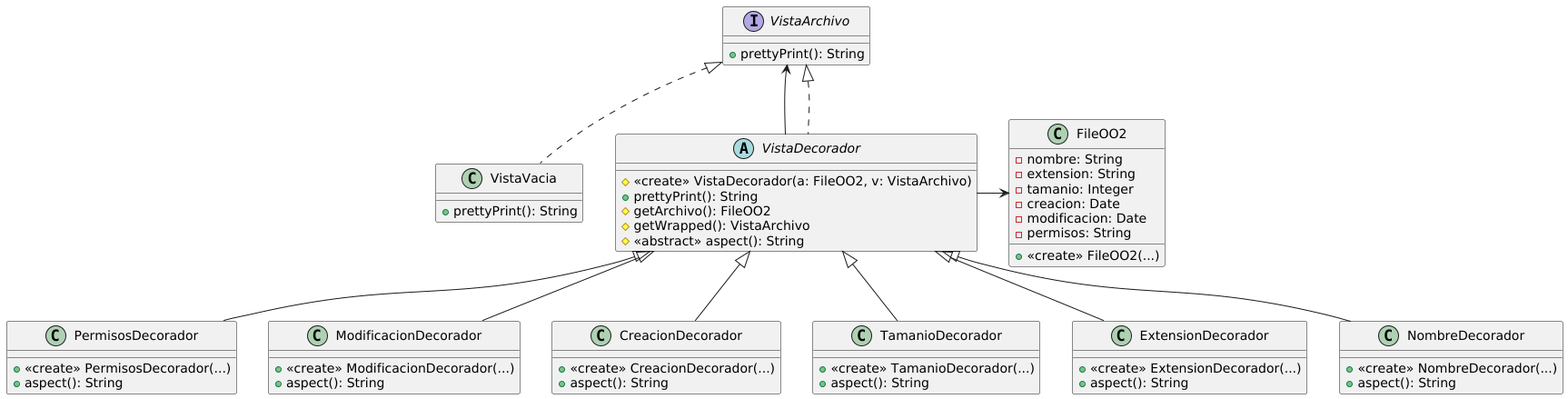
The PlantUML diagram Practicas/Patrones/Ejercicio-19_FileManager/UML.png in alvaroauth/OO2, before a commit. Its diagram source:
```plantuml
@startuml
top to bottom direction

interface VistaArchivo {
    +prettyPrint(): String
}

together {
    class VistaVacia implements VistaArchivo {
        +prettyPrint(): String
    }
    abstract class VistaDecorador implements VistaArchivo {
        #<<create>> VistaDecorador(a: FileOO2, v: VistaArchivo)
        +prettyPrint(): String
        #getArchivo(): FileOO2
        #getWrapped(): VistaArchivo
        #<<abstract>> aspect(): String
    }
}

together {
    class NombreDecorador extends VistaDecorador {
        +<<create>> NombreDecorador(...)
        +aspect(): String
    }
    class ExtensionDecorador extends VistaDecorador {
        +<<create>> ExtensionDecorador(...)
        +aspect(): String
    }
    class TamanioDecorador extends VistaDecorador {
        +<<create>> TamanioDecorador(...)
        +aspect(): String
    }
    class CreacionDecorador extends VistaDecorador {
        +<<create>> CreacionDecorador(...)
        +aspect(): String
    }
    class ModificacionDecorador extends VistaDecorador {
        +<<create>> ModificacionDecorador(...)
        +aspect(): String
    }
    class PermisosDecorador extends VistaDecorador {
        +<<create>> PermisosDecorador(...)
        +aspect(): String
    }
}

class FileOO2 {
    -nombre: String
    -extension: String
    -tamanio: Integer
    -creacion: Date
    -modificacion: Date
    -permisos: String
    +<<create>> FileOO2(...)
}

VistaDecorador --> VistaArchivo
VistaDecorador -right-> FileOO2

@enduml
```
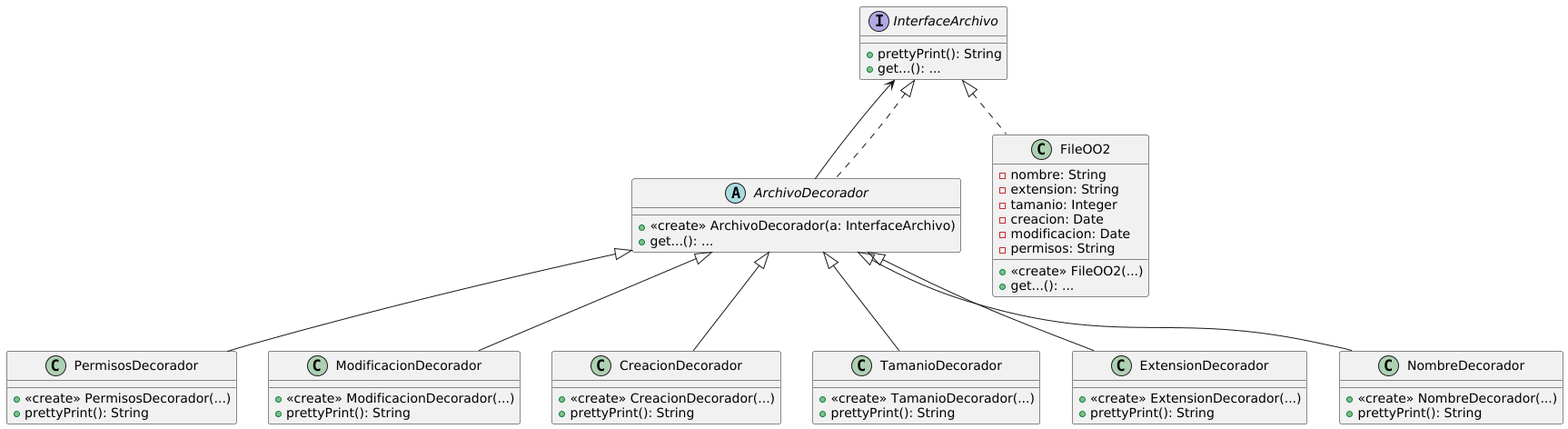
Later version of the same file.

Change to the diagram source:
```diff
@@ -1,61 +1,58 @@
 @startuml
 top to bottom direction
 
-interface VistaArchivo {
+interface InterfaceArchivo {
     +prettyPrint(): String
+    +get...(): ...
 }
 
 together {
-    class VistaVacia implements VistaArchivo {
-        +prettyPrint(): String
+    class FileOO2 implements InterfaceArchivo{
+        -nombre: String
+        -extension: String
+        -tamanio: Integer
+        -creacion: Date
+        -modificacion: Date
+        -permisos: String
+        +<<create>> FileOO2(...)
+        +get...(): ...
     }
-    abstract class VistaDecorador implements VistaArchivo {
-        #<<create>> VistaDecorador(a: FileOO2, v: VistaArchivo)
-        +prettyPrint(): String
-        #getArchivo(): FileOO2
-        #getWrapped(): VistaArchivo
-        #<<abstract>> aspect(): String
+
+    abstract class ArchivoDecorador implements InterfaceArchivo {
+        +<<create>> ArchivoDecorador(a: InterfaceArchivo)
+        +get...(): ...
     }
 }
 
 together {
-    class NombreDecorador extends VistaDecorador {
+    class NombreDecorador extends ArchivoDecorador {
         +<<create>> NombreDecorador(...)
-        +aspect(): String
+        +prettyPrint(): String
     }
-    class ExtensionDecorador extends VistaDecorador {
+    class ExtensionDecorador extends ArchivoDecorador {
         +<<create>> ExtensionDecorador(...)
-        +aspect(): String
+        +prettyPrint(): String
     }
-    class TamanioDecorador extends VistaDecorador {
+    class TamanioDecorador extends ArchivoDecorador {
         +<<create>> TamanioDecorador(...)
-        +aspect(): String
+        +prettyPrint(): String
     }
-    class CreacionDecorador extends VistaDecorador {
+    class CreacionDecorador extends ArchivoDecorador {
         +<<create>> CreacionDecorador(...)
-        +aspect(): String
+        +prettyPrint(): String
     }
-    class ModificacionDecorador extends VistaDecorador {
+    class ModificacionDecorador extends ArchivoDecorador {
         +<<create>> ModificacionDecorador(...)
-        +aspect(): String
+        +prettyPrint(): String
     }
-    class PermisosDecorador extends VistaDecorador {
+    class PermisosDecorador extends ArchivoDecorador {
         +<<create>> PermisosDecorador(...)
-        +aspect(): String
+        +prettyPrint(): String
     }
 }
 
-class FileOO2 {
-    -nombre: String
-    -extension: String
-    -tamanio: Integer
-    -creacion: Date
-    -modificacion: Date
-    -permisos: String
-    +<<create>> FileOO2(...)
-}
 
-VistaDecorador --> VistaArchivo
-VistaDecorador -right-> FileOO2
+
+ArchivoDecorador --> InterfaceArchivo
 
 @enduml
```
